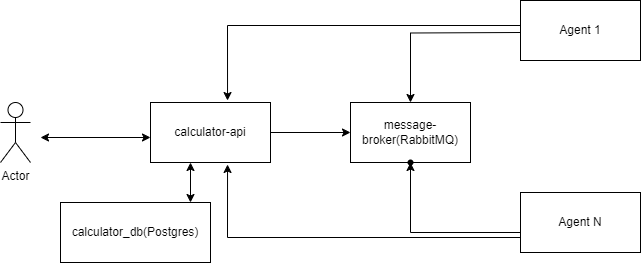
Above: schema.png in VadimGossip/calculator (draw.io), before the change. Source tidied: cells renumbered, new cells last; positions are measured from the earlier drawing's top-left corner, leaving out a move shared by most shapes. The source it was exported from:
```xml
<mxGraphModel>
  <root>
    <mxCell id="0" />
    <mxCell id="1" parent="0" />
    <mxCell id="2" value="Actor" style="shape=umlActor;verticalLabelPosition=bottom;verticalAlign=top;html=1;" parent="1" vertex="1">
      <mxGeometry y="102" width="30" height="60" as="geometry" />
    </mxCell>
    <mxCell id="3" style="edgeStyle=orthogonalEdgeStyle;rounded=0;jettySize=auto;html=1;" parent="1" edge="1" source="4" target="6">
      <mxGeometry relative="1" as="geometry" />
    </mxCell>
    <mxCell id="4" value="calculator-api" style="rounded=0;whiteSpace=wrap;html=1;" parent="1" vertex="1">
      <mxGeometry x="150" y="102" width="120" height="60" as="geometry" />
    </mxCell>
    <mxCell id="5" value="calculator_db(Postgres)" style="rounded=0;whiteSpace=wrap;html=1;" parent="1" vertex="1">
      <mxGeometry x="60" y="202" width="150" height="60" as="geometry" />
    </mxCell>
    <mxCell id="6" value="message-broker(RabbitMQ)" style="rounded=0;whiteSpace=wrap;html=1;" parent="1" vertex="1">
      <mxGeometry x="350" y="102" width="120" height="60" as="geometry" />
    </mxCell>
    <mxCell id="7" style="edgeStyle=orthogonalEdgeStyle;rounded=0;jettySize=auto;html=1;entryX=0.5;entryY=0;entryDx=0;entryDy=0;" parent="1" edge="1" target="6">
      <mxGeometry relative="1" as="geometry">
        <mxPoint x="520" y="32" as="sourcePoint" />
      </mxGeometry>
    </mxCell>
    <mxCell id="8" value="Agent 1" style="rounded=0;whiteSpace=wrap;html=1;" parent="1" vertex="1">
      <mxGeometry x="520" width="120" height="60" as="geometry" />
    </mxCell>
    <mxCell id="9" style="edgeStyle=orthogonalEdgeStyle;rounded=0;jettySize=auto;html=1;" parent="1" edge="1" target="11">
      <mxGeometry relative="1" as="geometry">
        <mxPoint x="520" y="232" as="sourcePoint" />
        <Array as="points">
          <mxPoint x="410" y="232" />
        </Array>
      </mxGeometry>
    </mxCell>
    <mxCell id="10" value="Agent N" style="rounded=0;whiteSpace=wrap;html=1;" parent="1" vertex="1">
      <mxGeometry x="520" y="192" width="120" height="60" as="geometry" />
    </mxCell>
    <mxCell id="11" style="shape=waypoint;sketch=0;size=6;points=[];fillColor=default;perimeter=centerPerimeter;snapToPoint=1;rounded=0;" parent="1" vertex="1">
      <mxGeometry x="400" y="152" width="20" height="20" as="geometry" />
    </mxCell>
    <mxCell id="12" style="endArrow=classic;html=1;rounded=0;exitX=0;exitY=0.75;exitDx=0;exitDy=0;entryX=0.642;entryY=1.033;entryDx=0;entryDy=0;entryPerimeter=0;" parent="1" edge="1" source="10" target="4">
      <mxGeometry relative="1" as="geometry">
        <Array as="points">
          <mxPoint x="227" y="237" />
        </Array>
      </mxGeometry>
    </mxCell>
    <mxCell id="13" style="endArrow=classic;html=1;rounded=0;exitX=0;exitY=0.75;exitDx=0;exitDy=0;entryX=0.642;entryY=-0.033;entryDx=0;entryDy=0;entryPerimeter=0;" parent="1" edge="1" target="4">
      <mxGeometry relative="1" as="geometry">
        <mxPoint x="520" y="25" as="sourcePoint" />
        <Array as="points">
          <mxPoint x="227" y="25" />
        </Array>
      </mxGeometry>
    </mxCell>
    <mxCell id="14" style="endArrow=classic;startArrow=classic;html=1;rounded=0;" parent="1" edge="1">
      <mxGeometry relative="1" as="geometry">
        <mxPoint x="40" y="137" as="sourcePoint" />
        <mxPoint x="150" y="137" as="targetPoint" />
      </mxGeometry>
    </mxCell>
    <mxCell id="15" style="endArrow=classic;startArrow=classic;html=1;rounded=0;" parent="1" edge="1">
      <mxGeometry relative="1" as="geometry">
        <mxPoint x="190" y="202" as="sourcePoint" />
        <mxPoint x="190" y="162" as="targetPoint" />
      </mxGeometry>
    </mxCell>
  </root>
</mxGraphModel>
```
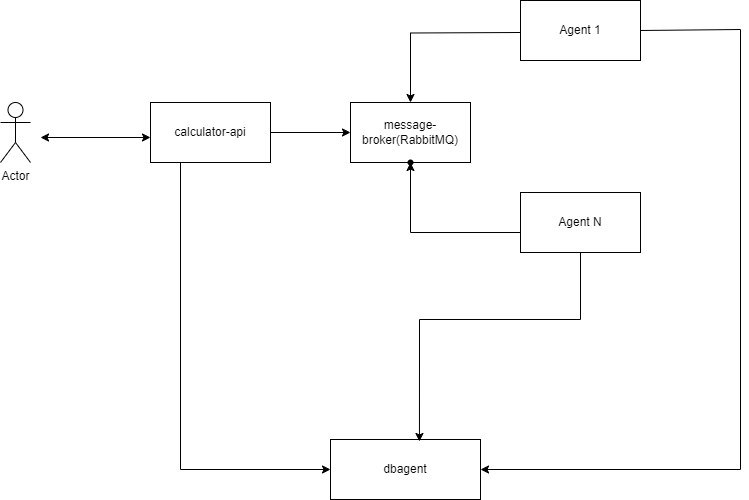
The same diagram one commit later.

Diff of the diagram source:
```diff
@@ -11,8 +11,8 @@
     <mxCell id="4" value="calculator-api" style="rounded=0;whiteSpace=wrap;html=1;" parent="1" vertex="1">
       <mxGeometry x="150" y="102" width="120" height="60" as="geometry" />
     </mxCell>
-    <mxCell id="5" value="calculator_db(Postgres)" style="rounded=0;whiteSpace=wrap;html=1;" parent="1" vertex="1">
-      <mxGeometry x="60" y="202" width="150" height="60" as="geometry" />
+    <mxCell id="5" value="dbagent" style="rounded=0;whiteSpace=wrap;html=1;" parent="1" vertex="1">
+      <mxGeometry x="330" y="439" width="150" height="60" as="geometry" />
     </mxCell>
     <mxCell id="6" value="message-broker(RabbitMQ)" style="rounded=0;whiteSpace=wrap;html=1;" parent="1" vertex="1">
       <mxGeometry x="350" y="102" width="120" height="60" as="geometry" />
@@ -39,18 +39,11 @@
     <mxCell id="11" style="shape=waypoint;sketch=0;size=6;points=[];fillColor=default;perimeter=centerPerimeter;snapToPoint=1;rounded=0;" parent="1" vertex="1">
       <mxGeometry x="400" y="152" width="20" height="20" as="geometry" />
     </mxCell>
-    <mxCell id="12" style="endArrow=classic;html=1;rounded=0;exitX=0;exitY=0.75;exitDx=0;exitDy=0;entryX=0.642;entryY=1.033;entryDx=0;entryDy=0;entryPerimeter=0;" parent="1" edge="1" source="10" target="4">
-      <mxGeometry relative="1" as="geometry">
-        <Array as="points">
-          <mxPoint x="227" y="237" />
-        </Array>
-      </mxGeometry>
-    </mxCell>
-    <mxCell id="13" style="endArrow=classic;html=1;rounded=0;exitX=0;exitY=0.75;exitDx=0;exitDy=0;entryX=0.642;entryY=-0.033;entryDx=0;entryDy=0;entryPerimeter=0;" parent="1" edge="1" target="4">
+    <mxCell id="13" style="endArrow=classic;html=1;rounded=0;exitX=1;exitY=0.5;exitDx=0;exitDy=0;entryX=1;entryY=0.5;entryDx=0;entryDy=0;" parent="1" edge="1" source="8" target="5">
       <mxGeometry relative="1" as="geometry">
-        <mxPoint x="520" y="25" as="sourcePoint" />
         <Array as="points">
-          <mxPoint x="227" y="25" />
+          <mxPoint x="740" y="29" />
+          <mxPoint x="740" y="469" />
         </Array>
       </mxGeometry>
     </mxCell>
@@ -60,11 +53,20 @@
         <mxPoint x="150" y="137" as="targetPoint" />
       </mxGeometry>
     </mxCell>
-    <mxCell id="15" style="endArrow=classic;startArrow=classic;html=1;rounded=0;" parent="1" edge="1">
-      <mxGeometry relative="1" as="geometry">
-        <mxPoint x="190" y="202" as="sourcePoint" />
-        <mxPoint x="190" y="162" as="targetPoint" />
-      </mxGeometry>
-    </mxCell>
+    <mxCell id="16" style="endArrow=classic;html=1;rounded=0;entryX=0;entryY=0.5;entryDx=0;entryDy=0;exitX=0.25;exitY=1;exitDx=0;exitDy=0;" parent="1" edge="1" source="4" target="5">
+      <mxGeometry relative="1" as="geometry">
+        <Array as="points">
+          <mxPoint x="180" y="469" />
+        </Array>
+      </mxGeometry>
+    </mxCell>
+    <mxCell id="17" style="endArrow=classic;html=1;rounded=0;exitX=0.5;exitY=1;exitDx=0;exitDy=0;entryX=0.593;entryY=0.033;entryDx=0;entryDy=0;entryPerimeter=0;" parent="1" edge="1" source="10" target="5">
+      <mxGeometry relative="1" as="geometry">
+        <Array as="points">
+          <mxPoint x="580" y="319" />
+          <mxPoint x="419" y="319" />
+        </Array>
+      </mxGeometry>
+    </mxCell>
   </root>
 </mxGraphModel>
```
